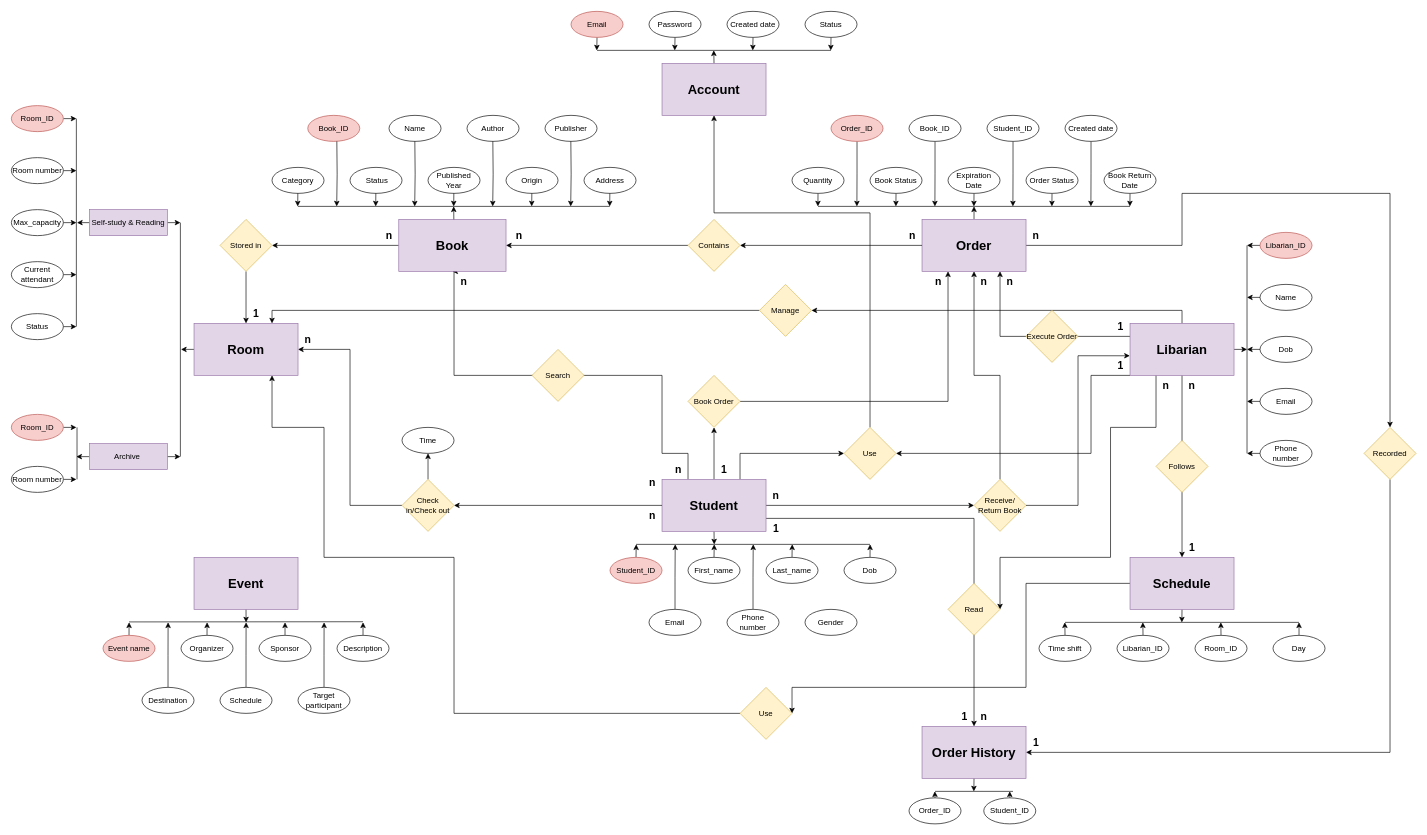
Before: erd.drawio in Dovanvu09/LibraryManagement, a draw.io diagram. Source tidied: cells renumbered, new cells numbered last; positions are measured from the earlier drawing's top-left corner, leaving out a move shared by most shapes. Both pictures are drawn from the tidied source at 65%, with x=0, y=0 at pixel (11, 11).
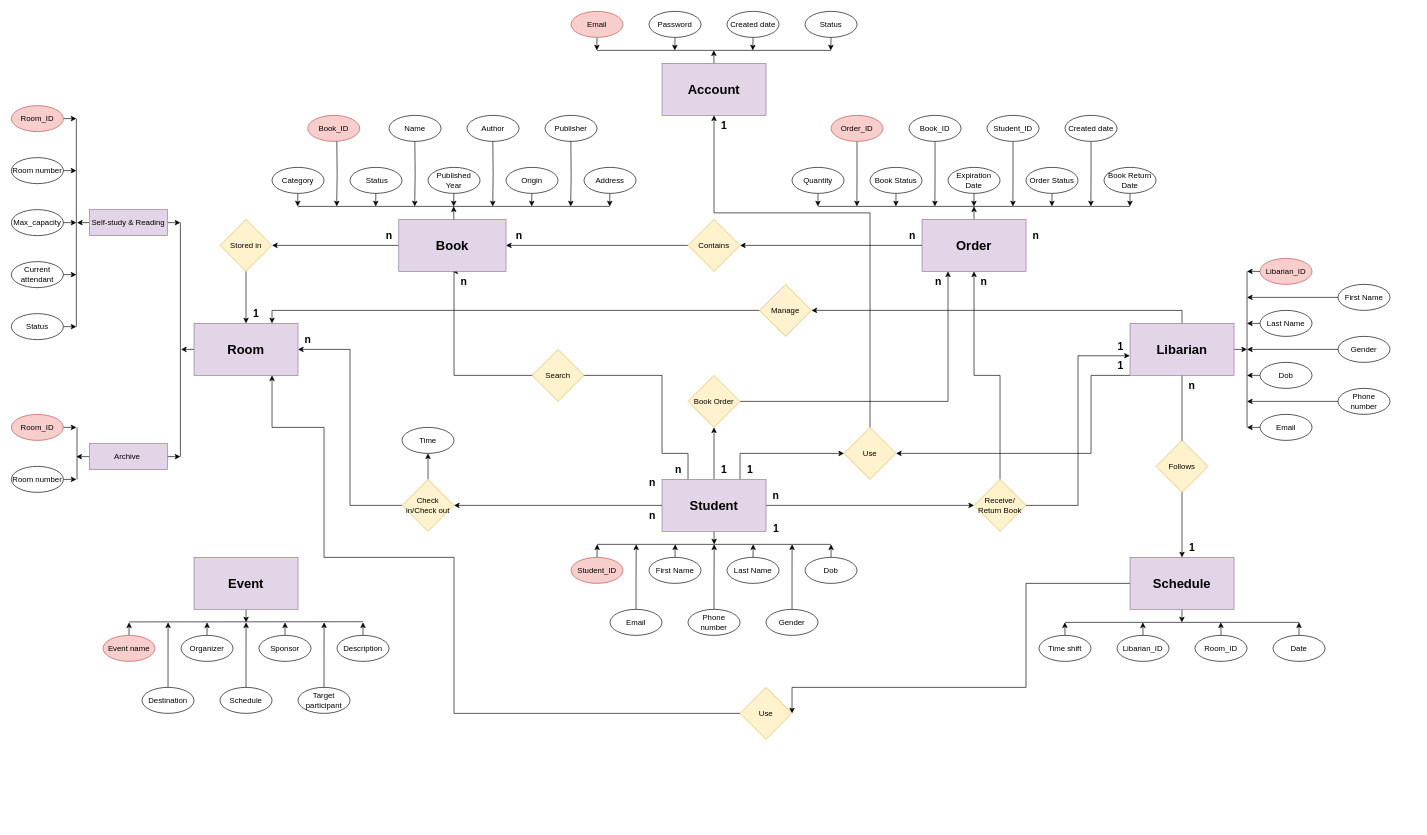
The same diagram, later.

Commit message (it also covers changes not shown here):
Cập nhật erd.drawio

Unchanged cells that the change refers to:
```xml
<mxCell id="9" value="&lt;b&gt;&lt;font style=&quot;font-size: 20px;&quot;&gt;Student&lt;/font&gt;&lt;/b&gt;" style="rounded=0;whiteSpace=wrap;html=1;fillColor=#e1d5e7;strokeColor=#9673a6;" parent="1" vertex="1">
  <mxGeometry x="1001" y="720" width="160" height="80" as="geometry" />
</mxCell>
<mxCell id="18" value="&lt;b&gt;&lt;font style=&quot;font-size: 20px;&quot;&gt;Libarian&lt;/font&gt;&lt;/b&gt;" style="rounded=0;whiteSpace=wrap;html=1;fillColor=#e1d5e7;strokeColor=#9673a6;" parent="1" vertex="1">
  <mxGeometry x="1721" y="480" width="160" height="80" as="geometry" />
</mxCell>
<mxCell id="83" value="&lt;b&gt;&lt;font style=&quot;font-size: 20px;&quot;&gt;Order&lt;/font&gt;&lt;/b&gt;" style="rounded=0;whiteSpace=wrap;html=1;fillColor=#e1d5e7;strokeColor=#9673a6;" parent="1" vertex="1">
  <mxGeometry x="1401" y="320" width="160" height="80" as="geometry" />
</mxCell>
```

What changed in the source:
```diff
@@
-    <mxCell id="7" style="edgeStyle=orthogonalEdgeStyle;rounded=0;jettySize=auto;html=1;exitX=1;exitY=0.75;exitDx=0;exitDy=0;entryX=0.5;entryY=0;entryDx=0;entryDy=0;" parent="1" edge="1" source="9" target="155">
-      <mxGeometry relative="1" as="geometry" />
-    </mxCell>
@@
-    <mxCell id="12" style="edgeStyle=orthogonalEdgeStyle;rounded=0;jettySize=auto;html=1;exitX=0;exitY=0.25;exitDx=0;exitDy=0;entryX=0.75;entryY=1;entryDx=0;entryDy=0;" parent="1" edge="1" source="18" target="83">
-      <mxGeometry relative="1" as="geometry" />
-    </mxCell>
@@
-    <mxCell id="15" style="edgeStyle=orthogonalEdgeStyle;rounded=0;jettySize=auto;html=1;exitX=0.25;exitY=1;exitDx=0;exitDy=0;entryX=1;entryY=0.5;entryDx=0;entryDy=0;" parent="1" edge="1" source="18" target="161">
-      <mxGeometry relative="1" as="geometry">
-        <Array as="points">
-          <mxPoint x="1761" y="640" />
-          <mxPoint x="1691" y="640" />
-          <mxPoint x="1691" y="840" />
-          <mxPoint x="1521" y="840" />
-        </Array>
-      </mxGeometry>
-    </mxCell>
@@
     <mxCell id="21" style="edgeStyle=orthogonalEdgeStyle;rounded=0;jettySize=auto;html=1;exitX=0.5;exitY=0;exitDx=0;exitDy=0;" parent="1" edge="1" source="22">
       <mxGeometry relative="1" as="geometry">
-        <mxPoint x="961.3" y="820" as="targetPoint" />
+        <mxPoint x="901.3" y="820" as="targetPoint" />
       </mxGeometry>
     </mxCell>
     <mxCell id="22" value="Student_ID" style="ellipse;whiteSpace=wrap;html=1;fillColor=#f8cecc;strokeColor=#b85450;" parent="1" vertex="1">
-      <mxGeometry x="921" y="840" width="80" height="40" as="geometry" />
+      <mxGeometry x="861" y="840" width="80" height="40" as="geometry" />
     </mxCell>
     <mxCell id="23" style="edgeStyle=orthogonalEdgeStyle;rounded=0;jettySize=auto;html=1;exitX=0.5;exitY=0;exitDx=0;exitDy=0;" parent="1" edge="1" source="24">
       <mxGeometry relative="1" as="geometry">
-        <mxPoint x="1081.3" y="820" as="targetPoint" />
+        <mxPoint x="1021.3" y="820" as="targetPoint" />
       </mxGeometry>
     </mxCell>
-    <mxCell id="24" value="First_name" style="ellipse;whiteSpace=wrap;html=1;" parent="1" vertex="1">
-      <mxGeometry x="1041" y="840" width="80" height="40" as="geometry" />
+    <mxCell id="24" value="First Name" style="ellipse;whiteSpace=wrap;html=1;" parent="1" vertex="1">
+      <mxGeometry x="981" y="840" width="80" height="40" as="geometry" />
     </mxCell>
     <mxCell id="25" style="edgeStyle=orthogonalEdgeStyle;rounded=0;orthogonalLoop=1;jettySize=auto;html=1;exitX=0;exitY=0.5;exitDx=0;exitDy=0;" parent="1" edge="1">
       <mxGeometry relative="1" as="geometry">
-        <mxPoint x="1921" y="360" as="sourcePoint" />
-        <mxPoint x="1901" y="360.3" as="targetPoint" />
+        <mxPoint x="1921" y="400" as="sourcePoint" />
+        <mxPoint x="1901" y="400.3" as="targetPoint" />
       </mxGeometry>
     </mxCell>
     <mxCell id="26" value="Libarian_ID" style="ellipse;whiteSpace=wrap;html=1;fillColor=#f8cecc;strokeColor=#b85450;" parent="1" vertex="1">
-      <mxGeometry x="1921" y="340" width="80" height="40" as="geometry" />
+      <mxGeometry x="1921" y="380" width="80" height="40" as="geometry" />
     </mxCell>
     <mxCell id="27" style="edgeStyle=orthogonalEdgeStyle;rounded=0;jettySize=auto;html=1;exitX=0.5;exitY=0;exitDx=0;exitDy=0;" parent="1" edge="1" source="28">
       <mxGeometry relative="1" as="geometry">
-        <mxPoint x="1141.3" y="820" as="targetPoint" />
+        <mxPoint x="1081.3" y="820" as="targetPoint" />
       </mxGeometry>
     </mxCell>
     <mxCell id="28" value="Phone number" style="ellipse;whiteSpace=wrap;html=1;" parent="1" vertex="1">
-      <mxGeometry x="1101" y="920" width="80" height="40" as="geometry" />
+      <mxGeometry x="1041" y="920" width="80" height="40" as="geometry" />
     </mxCell>
     <mxCell id="29" style="edgeStyle=orthogonalEdgeStyle;rounded=0;jettySize=auto;html=1;exitX=0.5;exitY=0;exitDx=0;exitDy=0;" parent="1" edge="1" source="30">
       <mxGeometry relative="1" as="geometry">
-        <mxPoint x="1021.3" y="820" as="targetPoint" />
+        <mxPoint x="961.3" y="820" as="targetPoint" />
       </mxGeometry>
     </mxCell>
     <mxCell id="30" value="Email" style="ellipse;whiteSpace=wrap;html=1;" parent="1" vertex="1">
-      <mxGeometry x="981" y="920" width="80" height="40" as="geometry" />
+      <mxGeometry x="921" y="920" width="80" height="40" as="geometry" />
     </mxCell>
     <mxCell id="31" style="edgeStyle=orthogonalEdgeStyle;rounded=0;jettySize=auto;html=1;exitX=0.5;exitY=0;exitDx=0;exitDy=0;" parent="1" edge="1" source="32">
       <mxGeometry relative="1" as="geometry">
-        <mxPoint x="1201.3" y="820" as="targetPoint" />
+        <mxPoint x="1141.3" y="820" as="targetPoint" />
       </mxGeometry>
     </mxCell>
-    <mxCell id="32" value="Last_name" style="ellipse;whiteSpace=wrap;html=1;" parent="1" vertex="1">
-      <mxGeometry x="1161" y="840" width="80" height="40" as="geometry" />
+    <mxCell id="32" value="Last Name" style="ellipse;whiteSpace=wrap;html=1;" parent="1" vertex="1">
+      <mxGeometry x="1101" y="840" width="80" height="40" as="geometry" />
     </mxCell>
@@
     <mxCell id="49" style="edgeStyle=orthogonalEdgeStyle;rounded=0;jettySize=auto;html=1;exitX=0;exitY=0.5;exitDx=0;exitDy=0;" parent="1" edge="1" source="50">
       <mxGeometry relative="1" as="geometry">
-        <mxPoint x="1901" y="680.3" as="targetPoint" />
+        <mxPoint x="1901" y="600" as="targetPoint" />
       </mxGeometry>
     </mxCell>
     <mxCell id="50" value="Phone number" style="ellipse;whiteSpace=wrap;html=1;" parent="1" vertex="1">
-      <mxGeometry x="1921" y="660" width="80" height="40" as="geometry" />
+      <mxGeometry x="2041" y="580" width="80" height="40" as="geometry" />
     </mxCell>
     <mxCell id="51" style="edgeStyle=orthogonalEdgeStyle;rounded=0;jettySize=auto;html=1;exitX=0;exitY=0.5;exitDx=0;exitDy=0;" parent="1" edge="1" source="52">
       <mxGeometry relative="1" as="geometry">
-        <mxPoint x="1901" y="600.3" as="targetPoint" />
+        <mxPoint x="1901" y="640.3" as="targetPoint" />
       </mxGeometry>
     </mxCell>
     <mxCell id="52" value="Email" style="ellipse;whiteSpace=wrap;html=1;" parent="1" vertex="1">
-      <mxGeometry x="1921" y="580" width="80" height="40" as="geometry" />
+      <mxGeometry x="1921" y="620" width="80" height="40" as="geometry" />
     </mxCell>
     <mxCell id="53" style="edgeStyle=orthogonalEdgeStyle;rounded=0;jettySize=auto;html=1;exitX=0;exitY=0.5;exitDx=0;exitDy=0;" parent="1" edge="1" source="54">
       <mxGeometry relative="1" as="geometry">
-        <mxPoint x="1901" y="440.3" as="targetPoint" />
+        <mxPoint x="1901" y="480.3" as="targetPoint" />
       </mxGeometry>
     </mxCell>
-    <mxCell id="54" value="Name" style="ellipse;whiteSpace=wrap;html=1;" parent="1" vertex="1">
-      <mxGeometry x="1921" y="420" width="80" height="40" as="geometry" />
+    <mxCell id="54" value="Last Name" style="ellipse;whiteSpace=wrap;html=1;" parent="1" vertex="1">
+      <mxGeometry x="1921" y="460" width="80" height="40" as="geometry" />
     </mxCell>
     <mxCell id="55" style="edgeStyle=orthogonalEdgeStyle;rounded=0;jettySize=auto;html=1;exitX=0;exitY=0.5;exitDx=0;exitDy=0;" parent="1" edge="1" source="56">
       <mxGeometry relative="1" as="geometry">
-        <mxPoint x="1901" y="520.3" as="targetPoint" />
+        <mxPoint x="1901" y="560.3" as="targetPoint" />
       </mxGeometry>
     </mxCell>
     <mxCell id="56" value="Dob" style="ellipse;whiteSpace=wrap;html=1;" parent="1" vertex="1">
-      <mxGeometry x="1921" y="500" width="80" height="40" as="geometry" />
+      <mxGeometry x="1921" y="540" width="80" height="40" as="geometry" />
     </mxCell>
@@
-    <mxCell id="82" style="edgeStyle=orthogonalEdgeStyle;rounded=0;jettySize=auto;html=1;exitX=1;exitY=0.5;exitDx=0;exitDy=0;entryX=0.5;entryY=0;entryDx=0;entryDy=0;" parent="1" edge="1" source="83" target="190">
-      <mxGeometry relative="1" as="geometry">
-        <Array as="points">
-          <mxPoint x="1801" y="360" />
-          <mxPoint x="1801" y="280" />
-          <mxPoint x="2121" y="280" />
-        </Array>
-      </mxGeometry>
-    </mxCell>
@@
-    <mxCell id="102" value="Execute Order" style="rhombus;whiteSpace=wrap;html=1;fillColor=#fff2cc;strokeColor=#d6b656;" parent="1" vertex="1">
-      <mxGeometry x="1561" y="460" width="80" height="80" as="geometry" />
-    </mxCell>
@@
     <mxCell id="130" style="endArrow=none;html=1;rounded=0;" parent="1" edge="1">
       <mxGeometry relative="1" as="geometry">
-        <mxPoint x="961" y="820" as="sourcePoint" />
-        <mxPoint x="1321" y="820" as="targetPoint" />
+        <mxPoint x="901" y="820" as="sourcePoint" />
+        <mxPoint x="1261" y="820" as="targetPoint" />
       </mxGeometry>
     </mxCell>
     <mxCell id="131" style="endArrow=none;html=1;rounded=0;" parent="1" edge="1">
       <mxGeometry relative="1" as="geometry">
-        <mxPoint x="1901" y="680" as="sourcePoint" />
-        <mxPoint x="1901" y="360" as="targetPoint" />
+        <mxPoint x="1901" y="640" as="sourcePoint" />
+        <mxPoint x="1901" y="400" as="targetPoint" />
       </mxGeometry>
     </mxCell>
@@
-    <mxCell id="139" value="&lt;b&gt;&lt;font style=&quot;font-size: 16px;&quot;&gt;n&lt;/font&gt;&lt;/b&gt;" style="text;html=1;align=center;verticalAlign=middle;strokeColor=none;fillColor=none;" parent="1" vertex="1">
-      <mxGeometry x="1521" y="400" width="30" height="30" as="geometry" />
-    </mxCell>
-    <mxCell id="140" value="&lt;b&gt;&lt;font style=&quot;font-size: 16px;&quot;&gt;1&lt;/font&gt;&lt;/b&gt;" style="text;html=1;align=center;verticalAlign=middle;strokeColor=none;fillColor=none;" parent="1" vertex="1">
-      <mxGeometry x="1691" y="470" width="30" height="30" as="geometry" />
-    </mxCell>
@@
-    <mxCell id="154" style="edgeStyle=orthogonalEdgeStyle;rounded=0;jettySize=auto;html=1;exitX=0.5;exitY=1;exitDx=0;exitDy=0;" parent="1" edge="1" source="155">
-      <mxGeometry relative="1" as="geometry">
-        <mxPoint x="1480.7" y="1200" as="targetPoint" />
-      </mxGeometry>
-    </mxCell>
-    <mxCell id="155" value="&lt;b&gt;&lt;font style=&quot;font-size: 20px;&quot;&gt;Order History&lt;/font&gt;&lt;/b&gt;" style="rounded=0;whiteSpace=wrap;html=1;fillColor=#e1d5e7;strokeColor=#9673a6;" parent="1" vertex="1">
-      <mxGeometry x="1401" y="1100" width="160" height="80" as="geometry" />
-    </mxCell>
-    <mxCell id="156" style="edgeStyle=orthogonalEdgeStyle;rounded=0;jettySize=auto;html=1;exitX=0.5;exitY=0;exitDx=0;exitDy=0;" parent="1" edge="1" source="157">
-      <mxGeometry relative="1" as="geometry">
-        <mxPoint x="1420.7" y="1200" as="targetPoint" />
-      </mxGeometry>
-    </mxCell>
-    <mxCell id="157" value="Order_ID" style="ellipse;whiteSpace=wrap;html=1;" parent="1" vertex="1">
-      <mxGeometry x="1381" y="1210" width="80" height="40" as="geometry" />
-    </mxCell>
-    <mxCell id="158" style="edgeStyle=orthogonalEdgeStyle;rounded=0;jettySize=auto;html=1;exitX=0.5;exitY=0;exitDx=0;exitDy=0;" parent="1" edge="1" source="159">
-      <mxGeometry relative="1" as="geometry">
-        <mxPoint x="1536" y="1200" as="targetPoint" />
-      </mxGeometry>
-    </mxCell>
-    <mxCell id="159" value="Student_ID" style="ellipse;whiteSpace=wrap;html=1;" parent="1" vertex="1">
-      <mxGeometry x="1496" y="1210" width="80" height="40" as="geometry" />
-    </mxCell>
-    <mxCell id="160" style="endArrow=none;html=1;rounded=0;" parent="1" edge="1">
-      <mxGeometry relative="1" as="geometry">
-        <mxPoint x="1421" y="1200" as="sourcePoint" />
-        <mxPoint x="1541" y="1200" as="targetPoint" />
-      </mxGeometry>
-    </mxCell>
-    <mxCell id="161" value="Read" style="rhombus;whiteSpace=wrap;html=1;fillColor=#fff2cc;strokeColor=#d6b656;" parent="1" vertex="1">
-      <mxGeometry x="1441" y="880" width="80" height="80" as="geometry" />
-    </mxCell>
@@
-    <mxCell id="163" value="&lt;b&gt;&lt;font style=&quot;font-size: 16px;&quot;&gt;1&lt;/font&gt;&lt;/b&gt;" style="text;html=1;align=center;verticalAlign=middle;strokeColor=none;fillColor=none;" parent="1" vertex="1">
-      <mxGeometry x="1451" y="1070" width="30" height="30" as="geometry" />
-    </mxCell>
-    <mxCell id="164" value="&lt;b&gt;&lt;font style=&quot;font-size: 16px;&quot;&gt;n&lt;/font&gt;&lt;/b&gt;" style="text;html=1;align=center;verticalAlign=middle;strokeColor=none;fillColor=none;" parent="1" vertex="1">
-      <mxGeometry x="1761" y="560" width="30" height="30" as="geometry" />
-    </mxCell>
-    <mxCell id="165" value="&lt;b&gt;&lt;font style=&quot;font-size: 16px;&quot;&gt;n&lt;/font&gt;&lt;/b&gt;" style="text;html=1;align=center;verticalAlign=middle;strokeColor=none;fillColor=none;" parent="1" vertex="1">
-      <mxGeometry x="1481" y="1070" width="30" height="30" as="geometry" />
-    </mxCell>
@@
-    <mxCell id="182" value="Day" style="ellipse;whiteSpace=wrap;html=1;" parent="1" vertex="1">
+    <mxCell id="182" value="Date" style="ellipse;whiteSpace=wrap;html=1;" parent="1" vertex="1">
       <mxGeometry x="1941" y="960" width="80" height="40" as="geometry" />
     </mxCell>
@@
-    <mxCell id="185" value="&lt;b&gt;&lt;font style=&quot;font-size: 16px;&quot;&gt;1&lt;/font&gt;&lt;/b&gt;" style="text;html=1;align=center;verticalAlign=middle;strokeColor=none;fillColor=none;" parent="1" vertex="1">
-      <mxGeometry x="1561" y="1110" width="30" height="30" as="geometry" />
-    </mxCell>
@@
-    <mxCell id="189" style="edgeStyle=orthogonalEdgeStyle;rounded=0;jettySize=auto;html=1;exitX=0.5;exitY=1;exitDx=0;exitDy=0;entryX=1;entryY=0.5;entryDx=0;entryDy=0;" parent="1" edge="1" source="190" target="155">
-      <mxGeometry relative="1" as="geometry" />
-    </mxCell>
-    <mxCell id="190" value="Recorded" style="rhombus;whiteSpace=wrap;html=1;fillColor=#fff2cc;strokeColor=#d6b656;" parent="1" vertex="1">
-      <mxGeometry x="2081" y="640" width="80" height="80" as="geometry" />
-    </mxCell>
@@
     <mxCell id="205" style="edgeStyle=orthogonalEdgeStyle;rounded=0;jettySize=auto;html=1;exitX=0.5;exitY=0;exitDx=0;exitDy=0;" parent="1" edge="1" source="206">
       <mxGeometry relative="1" as="geometry">
-        <mxPoint x="1321.1" y="820" as="targetPoint" />
+        <mxPoint x="1261.1" y="820" as="targetPoint" />
       </mxGeometry>
     </mxCell>
     <mxCell id="206" value="Dob" style="ellipse;whiteSpace=wrap;html=1;" parent="1" vertex="1">
-      <mxGeometry x="1281" y="840" width="80" height="40" as="geometry" />
+      <mxGeometry x="1221" y="840" width="80" height="40" as="geometry" />
     </mxCell>
+    <mxCell id="208" style="edgeStyle=orthogonalEdgeStyle;rounded=0;jettySize=auto;html=1;exitX=0.5;exitY=0;exitDx=0;exitDy=0;" parent="1" edge="1" source="207">
+      <mxGeometry relative="1" as="geometry">
+        <mxPoint x="1201.1" y="820" as="targetPoint" />
+      </mxGeometry>
+    </mxCell>
     <mxCell id="207" value="Gender" style="ellipse;whiteSpace=wrap;html=1;" parent="1" vertex="1">
-      <mxGeometry x="1221" y="920" width="80" height="40" as="geometry" />
+      <mxGeometry x="1161" y="920" width="80" height="40" as="geometry" />
     </mxCell>
+    <mxCell id="209" style="edgeStyle=orthogonalEdgeStyle;rounded=0;jettySize=auto;html=1;exitX=0;exitY=0.5;exitDx=0;exitDy=0;" parent="1" edge="1" source="210">
+      <mxGeometry relative="1" as="geometry">
+        <mxPoint x="1901" y="440" as="targetPoint" />
+      </mxGeometry>
+    </mxCell>
+    <mxCell id="210" value="First Name" style="ellipse;whiteSpace=wrap;html=1;" parent="1" vertex="1">
+      <mxGeometry x="2041" y="420" width="80" height="40" as="geometry" />
+    </mxCell>
+    <mxCell id="211" style="edgeStyle=orthogonalEdgeStyle;rounded=0;jettySize=auto;html=1;exitX=0;exitY=0.5;exitDx=0;exitDy=0;" parent="1" edge="1" source="212">
+      <mxGeometry relative="1" as="geometry">
+        <mxPoint x="1901" y="520" as="targetPoint" />
+      </mxGeometry>
+    </mxCell>
+    <mxCell id="212" value="Gender" style="ellipse;whiteSpace=wrap;html=1;" parent="1" vertex="1">
+      <mxGeometry x="2041" y="500" width="80" height="40" as="geometry" />
+    </mxCell>
+    <mxCell id="213" value="&lt;b&gt;&lt;font style=&quot;font-size: 16px;&quot;&gt;1&lt;/font&gt;&lt;/b&gt;" style="text;html=1;align=center;verticalAlign=middle;strokeColor=none;fillColor=none;" parent="1" vertex="1">
+      <mxGeometry x="1121" y="690" width="30" height="30" as="geometry" />
+    </mxCell>
+    <mxCell id="214" value="&lt;b&gt;&lt;font style=&quot;font-size: 16px;&quot;&gt;1&lt;/font&gt;&lt;/b&gt;" style="text;html=1;align=center;verticalAlign=middle;strokeColor=none;fillColor=none;" parent="1" vertex="1">
+      <mxGeometry x="1691" y="500" width="30" height="30" as="geometry" />
+    </mxCell>
+    <mxCell id="215" value="&lt;b&gt;&lt;font style=&quot;font-size: 16px;&quot;&gt;1&lt;/font&gt;&lt;/b&gt;" style="text;html=1;align=center;verticalAlign=middle;strokeColor=none;fillColor=none;" parent="1" vertex="1">
+      <mxGeometry x="1081" y="160" width="30" height="30" as="geometry" />
+    </mxCell>
```
